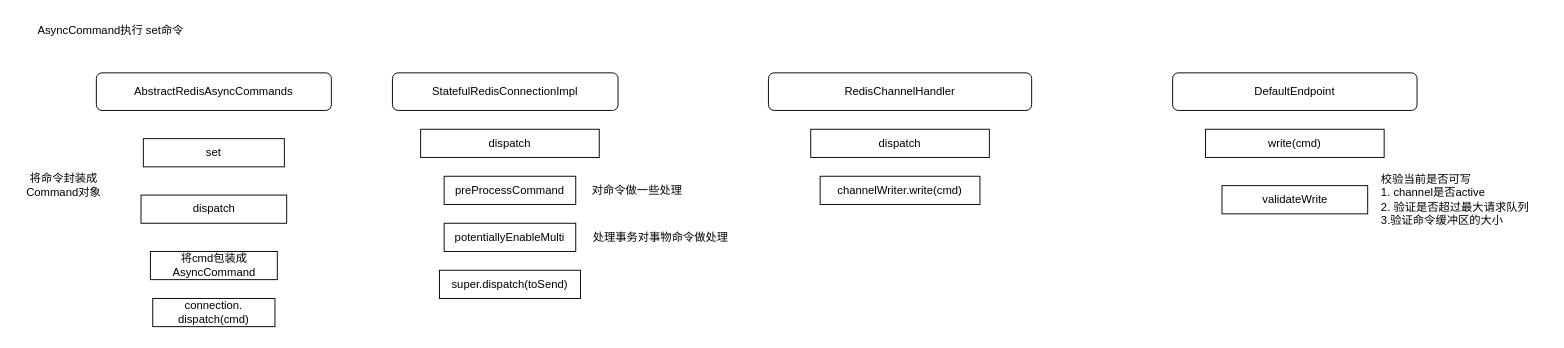
This is lettuce底层源码.drawio from Ordertiny/graph, a draw.io file, before an edit. Source tidied: cells renumbered, new cells numbered last; positions are measured from the earlier drawing's top-left corner, leaving out a move shared by most shapes. Both pictures are drawn from the tidied source at 94%, with x=0, y=0 at pixel (16, 16).
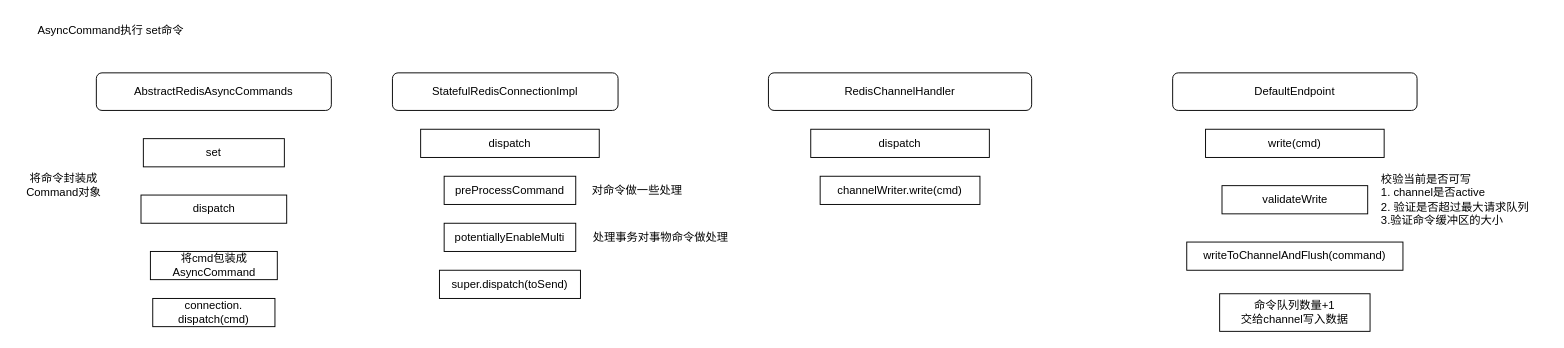
After the change.

Commit message:
更新lettuce底层源码.drawio

What changed in the source:
```diff
@@
+    <mxCell id="23" value="writeToChannelAndFlush(command)" style="rounded=0;whiteSpace=wrap;html=1;" parent="1" vertex="1">
+      <mxGeometry x="1245" y="240" width="230" height="30" as="geometry" />
+    </mxCell>
+    <mxCell id="24" value="命令队列数量+1&lt;br&gt;交给channel写入数据" style="whiteSpace=wrap;html=1;" parent="1" vertex="1">
+      <mxGeometry x="1280" y="295" width="160" height="40" as="geometry" />
+    </mxCell>
```
